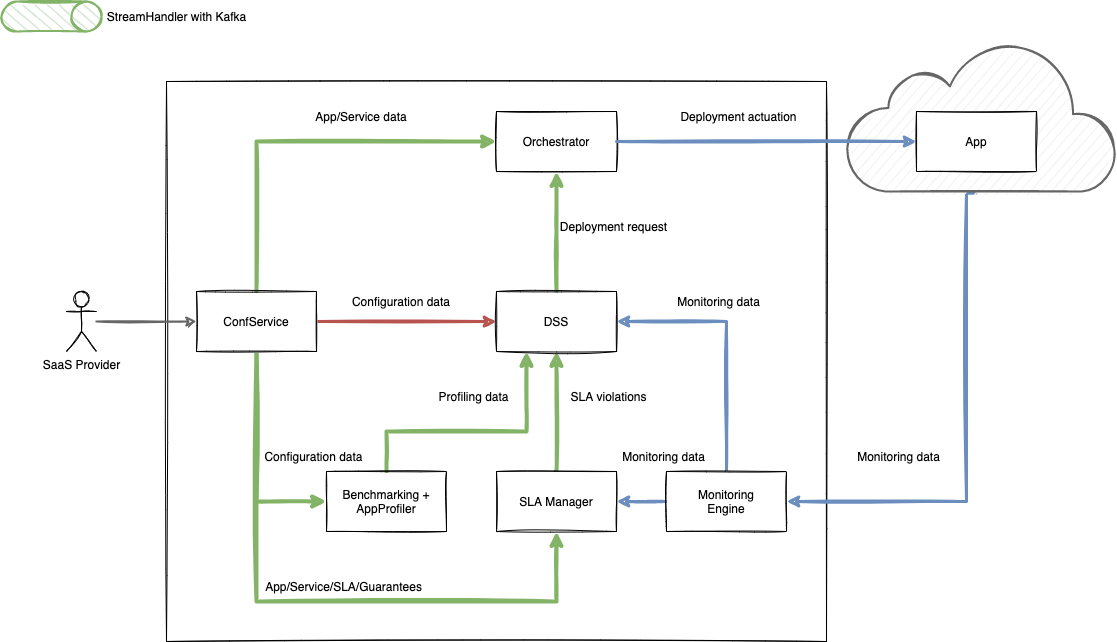
redblade/confservicedss keeps this draw.io diagram as doc/architecture/sp_full_demo.drawio.png. Above is the earlier version. Source tidied: cells renumbered, new cells last; positions are measured from the earlier drawing's top-left corner, leaving out a move shared by most shapes.
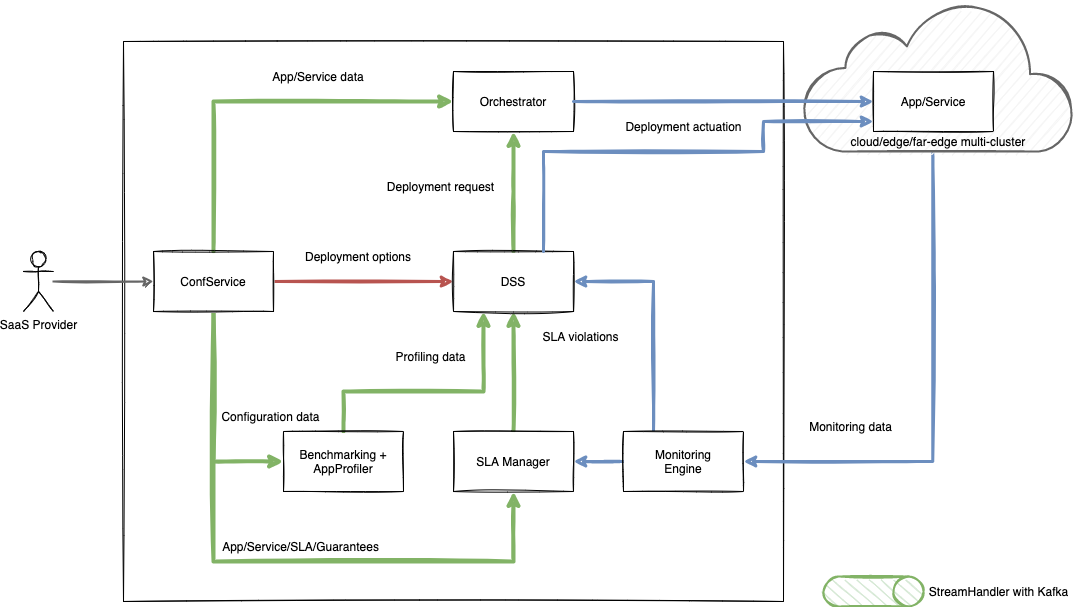
The same file after the commit.

The edit, as a diff of the source:
```diff
@@ -57,10 +57,10 @@
     <mxCell id="13" style="edgeStyle=orthogonalEdgeStyle;rounded=0;jettySize=auto;html=1;sketch=1;strokeWidth=3;fillColor=#dae8fc;strokeColor=#6c8ebf;entryX=1;entryY=0.5;entryDx=0;entryDy=0;" parent="1" edge="1" source="15" target="21">
       <mxGeometry relative="1" as="geometry" />
     </mxCell>
-    <mxCell id="14" style="edgeStyle=orthogonalEdgeStyle;rounded=0;jettySize=auto;html=1;strokeWidth=3;entryX=1;entryY=0.5;entryDx=0;entryDy=0;sketch=1;exitX=0.5;exitY=0;exitDx=0;exitDy=0;fillColor=#dae8fc;strokeColor=#6c8ebf;" parent="1" edge="1" source="15" target="19">
+    <mxCell id="14" style="edgeStyle=orthogonalEdgeStyle;rounded=0;jettySize=auto;html=1;strokeWidth=3;entryX=1;entryY=0.5;entryDx=0;entryDy=0;sketch=1;exitX=0.25;exitY=0;exitDx=0;exitDy=0;fillColor=#dae8fc;strokeColor=#6c8ebf;" parent="1" edge="1" source="15" target="19">
       <mxGeometry relative="1" as="geometry">
         <Array as="points">
-          <mxPoint x="690" y="355" />
+          <mxPoint x="660" y="355" />
         </Array>
       </mxGeometry>
     </mxCell>
@@ -70,15 +70,14 @@
     <mxCell id="16" style="edgeStyle=orthogonalEdgeStyle;rounded=0;sketch=1;jettySize=auto;html=1;entryX=1;entryY=0.5;entryDx=0;entryDy=0;strokeWidth=3;fillColor=#dae8fc;strokeColor=#6c8ebf;exitX=0.479;exitY=1.011;exitDx=0;exitDy=0;exitPerimeter=0;" parent="1" edge="1" source="17" target="15">
       <mxGeometry relative="1" as="geometry">
         <Array as="points">
-          <mxPoint x="930" y="227" />
-          <mxPoint x="930" y="535" />
+          <mxPoint x="939" y="535" />
         </Array>
       </mxGeometry>
     </mxCell>
     <mxCell id="17" style="html=1;verticalLabelPosition=bottom;align=center;labelBackgroundColor=#ffffff;verticalAlign=top;strokeWidth=2;strokeColor=#666666;shadow=0;dashed=0;shape=mxgraph.ios7.icons.cloud;fillColor=#f5f5f5;fontColor=#333333;sketch=1;" parent="1" vertex="1">
       <mxGeometry x="810" y="75" width="270" height="150" as="geometry" />
     </mxCell>
-    <mxCell id="18" value="App" style="rounded=0;whiteSpace=wrap;html=1;sketch=1;" parent="1" vertex="1">
+    <mxCell id="18" value="App/Service" style="rounded=0;whiteSpace=wrap;html=1;sketch=1;" parent="1" vertex="1">
       <mxGeometry x="880" y="145" width="120" height="60" as="geometry" />
     </mxCell>
     <mxCell id="19" value="DSS" style="rounded=0;whiteSpace=wrap;html=1;sketch=1;" parent="1" vertex="1">
@@ -97,28 +96,19 @@
       <mxGeometry x="30" y="325" width="30" height="60" as="geometry" />
     </mxCell>
     <mxCell id="24" style="shape=cylinder3;whiteSpace=wrap;html=1;boundedLbl=1;backgroundOutline=1;size=15;sketch=1;rotation=90;fillColor=#d5e8d4;strokeColor=#82b366;strokeWidth=2;" parent="1" vertex="1">
-      <mxGeometry width="30" height="100" as="geometry" />
+      <mxGeometry x="865" y="615" width="30" height="100" as="geometry" />
     </mxCell>
     <mxCell id="25" value="StreamHandler with Kafka" style="text;html=1;align=center;verticalAlign=middle;strokeColor=none;fontSize=12;" parent="1" vertex="1">
-      <mxGeometry x="65" y="40" width="150" height="20" as="geometry" />
+      <mxGeometry x="930" y="655" width="150" height="20" as="geometry" />
     </mxCell>
     <mxCell id="26" value="App/Service data" style="text;html=1;strokeColor=none;fillColor=none;align=center;verticalAlign=middle;whiteSpace=wrap;rounded=0;" parent="1" vertex="1">
       <mxGeometry x="270" y="135" width="110" height="30" as="geometry" />
     </mxCell>
-    <mxCell id="27" value="Deployment actuation" style="text;html=1;strokeColor=none;fillColor=none;align=center;verticalAlign=middle;whiteSpace=wrap;rounded=0;" parent="1" vertex="1">
-      <mxGeometry x="635" y="135" width="135" height="30" as="geometry" />
-    </mxCell>
     <mxCell id="28" value="Deployment request" style="text;html=1;strokeColor=none;fillColor=none;align=center;verticalAlign=middle;whiteSpace=wrap;rounded=0;" parent="1" vertex="1">
-      <mxGeometry x="510" y="245" width="135" height="30" as="geometry" />
+      <mxGeometry x="380" y="245" width="135" height="30" as="geometry" />
     </mxCell>
-    <mxCell id="29" value="Monitoring data" style="text;html=1;strokeColor=none;fillColor=none;align=center;verticalAlign=middle;whiteSpace=wrap;rounded=0;" parent="1" vertex="1">
-      <mxGeometry x="615" y="320" width="135" height="30" as="geometry" />
-    </mxCell>
-    <mxCell id="30" value="Monitoring data" style="text;html=1;strokeColor=none;fillColor=none;align=center;verticalAlign=middle;whiteSpace=wrap;rounded=0;" parent="1" vertex="1">
-      <mxGeometry x="560" y="475" width="135" height="30" as="geometry" />
-    </mxCell>
     <mxCell id="31" value="Monitoring data" style="text;html=1;strokeColor=none;fillColor=none;align=center;verticalAlign=middle;whiteSpace=wrap;rounded=0;" parent="1" vertex="1">
-      <mxGeometry x="795" y="475" width="135" height="30" as="geometry" />
+      <mxGeometry x="790" y="485" width="135" height="30" as="geometry" />
     </mxCell>
     <mxCell id="32" value="App/Service/SLA/Guarantees" style="text;html=1;strokeColor=none;fillColor=none;align=center;verticalAlign=middle;whiteSpace=wrap;rounded=0;" parent="1" vertex="1">
       <mxGeometry x="240" y="605" width="135" height="30" as="geometry" />
@@ -127,13 +117,29 @@
       <mxGeometry x="210" y="475" width="135" height="30" as="geometry" />
     </mxCell>
     <mxCell id="34" value="SLA violations" style="text;html=1;strokeColor=none;fillColor=none;align=center;verticalAlign=middle;whiteSpace=wrap;rounded=0;" parent="1" vertex="1">
-      <mxGeometry x="505" y="415" width="135" height="30" as="geometry" />
+      <mxGeometry x="520" y="395" width="135" height="30" as="geometry" />
     </mxCell>
     <mxCell id="35" value="Profiling data" style="text;html=1;strokeColor=none;fillColor=none;align=center;verticalAlign=middle;whiteSpace=wrap;rounded=0;" parent="1" vertex="1">
       <mxGeometry x="370" y="415" width="135" height="30" as="geometry" />
     </mxCell>
-    <mxCell id="36" value="Configuration data" style="text;html=1;strokeColor=none;fillColor=none;align=center;verticalAlign=middle;whiteSpace=wrap;rounded=0;" parent="1" vertex="1">
-      <mxGeometry x="310" y="315" width="110" height="40" as="geometry" />
+    <mxCell id="36" value="Deployment options" style="text;html=1;strokeColor=none;fillColor=none;align=center;verticalAlign=middle;whiteSpace=wrap;rounded=0;" parent="1" vertex="1">
+      <mxGeometry x="300" y="310" width="130" height="40" as="geometry" />
     </mxCell>
+    <mxCell id="37" value="cloud/edge/far-edge multi-cluster" style="text;html=1;strokeColor=none;fillColor=none;align=center;verticalAlign=middle;whiteSpace=wrap;rounded=0;" parent="1" vertex="1">
+      <mxGeometry x="850" y="205" width="190" height="20" as="geometry" />
+    </mxCell>
+    <mxCell id="38" style="edgeStyle=orthogonalEdgeStyle;rounded=0;jettySize=auto;html=1;strokeWidth=3;fillColor=#dae8fc;strokeColor=#6c8ebf;sketch=1;exitX=0.75;exitY=0;exitDx=0;exitDy=0;" parent="1" edge="1" source="19">
+      <mxGeometry relative="1" as="geometry">
+        <mxPoint x="880" y="195" as="targetPoint" />
+        <Array as="points">
+          <mxPoint x="550" y="225" />
+          <mxPoint x="770" y="225" />
+          <mxPoint x="770" y="195" />
+        </Array>
+      </mxGeometry>
+    </mxCell>
+    <mxCell id="27" value="Deployment actuation" style="text;html=1;strokeColor=none;fillColor=none;align=center;verticalAlign=middle;whiteSpace=wrap;rounded=0;" parent="1" vertex="1">
+      <mxGeometry x="622.5" y="185" width="135" height="30" as="geometry" />
+    </mxCell>
   </root>
 </mxGraphModel>
```
